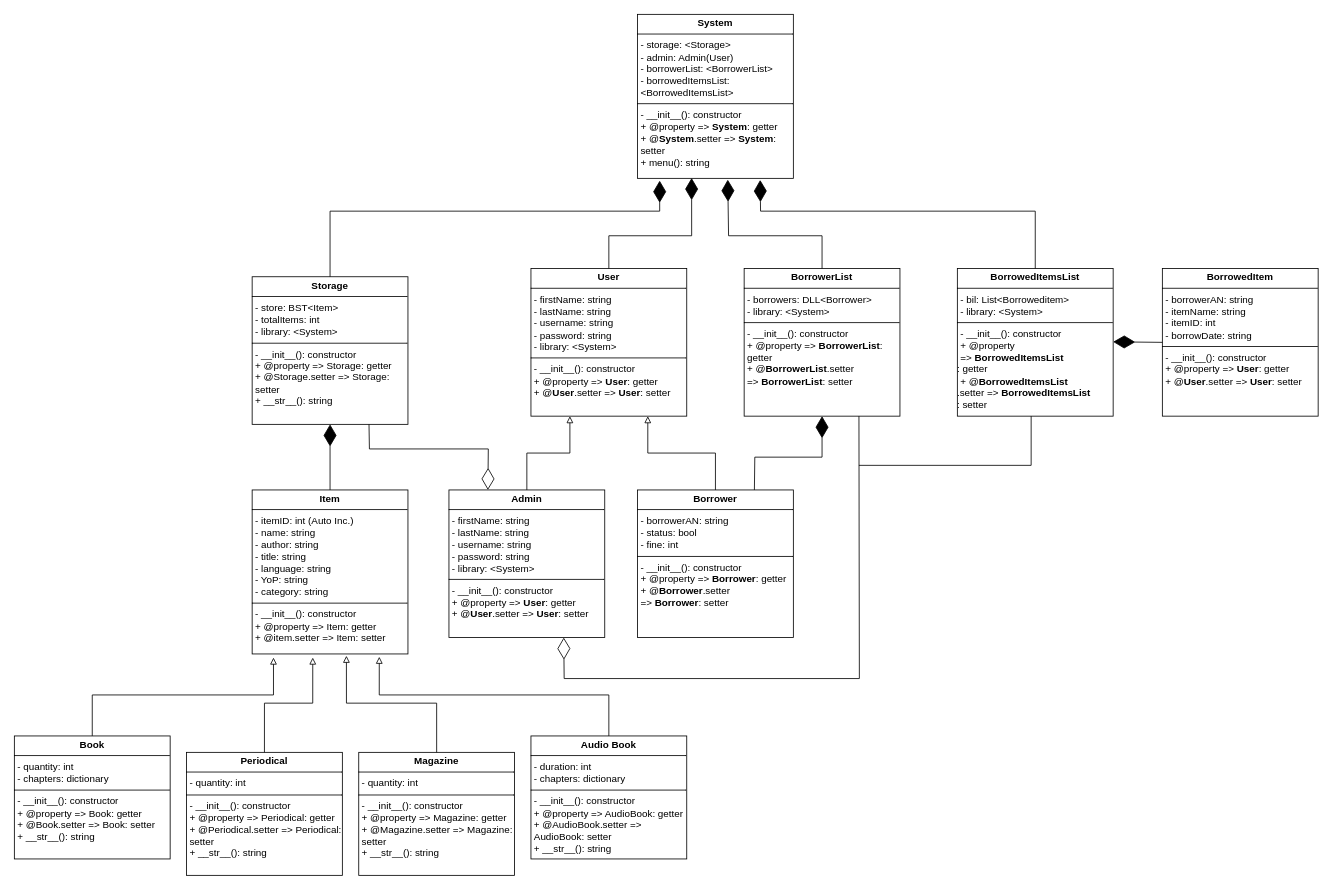
HammadAli132/SOLA-Library-System keeps this draw.io diagram as SOLA Design.drawio. Above is the earlier version. Source tidied: cells renumbered, new cells numbered last; positions are measured from the earlier drawing's top-left corner, leaving out a move shared by most shapes. Both pictures are drawn from the tidied source at 82%, with x=0, y=0 at pixel (14, 14).
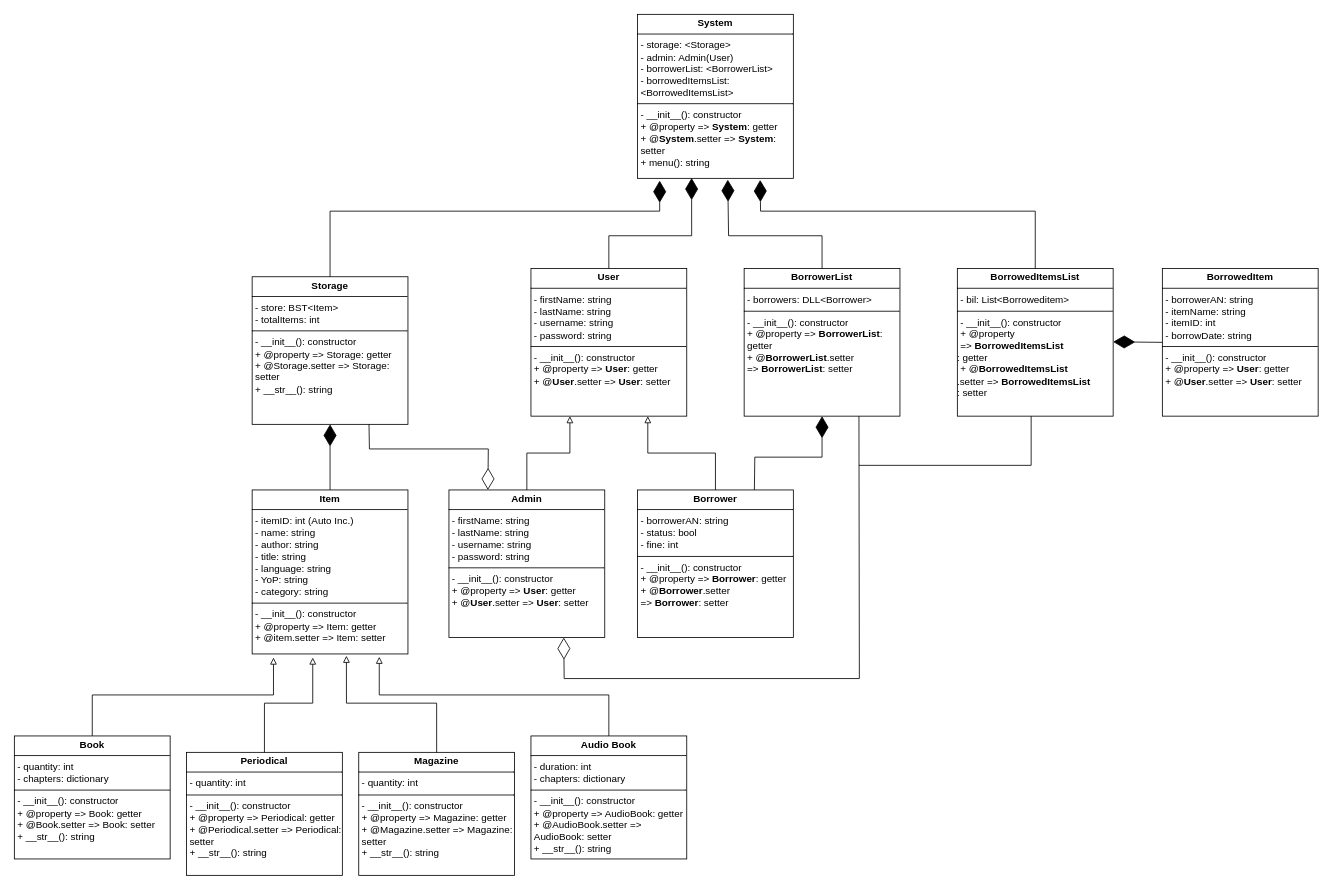
After the change.

Change to the diagram source:
```diff
@@
-    <mxCell id="11" value="&lt;p style=&quot;margin:0px;margin-top:4px;text-align:center;&quot;&gt;&lt;b&gt;Storage&lt;/b&gt;&lt;/p&gt;&lt;hr size=&quot;1&quot; style=&quot;border-style:solid;&quot;&gt;&lt;p style=&quot;margin:0px;margin-left:4px;&quot;&gt;- store: BST&amp;lt;Item&amp;gt;&lt;br&gt;&lt;/p&gt;&lt;p style=&quot;margin:0px;margin-left:4px;&quot;&gt;- totalItems: int&lt;/p&gt;&lt;p style=&quot;margin:0px;margin-left:4px;&quot;&gt;- library: &amp;lt;System&amp;gt;&lt;/p&gt;&lt;hr size=&quot;1&quot; style=&quot;border-style:solid;&quot;&gt;&lt;p style=&quot;margin:0px;margin-left:4px;&quot;&gt;- __init__(): constructor&lt;br&gt;+ @property =&amp;gt; Storage: getter&lt;/p&gt;&lt;p style=&quot;margin:0px;margin-left:4px;&quot;&gt;+ @Storage.setter =&amp;gt; Storage: setter&lt;/p&gt;&lt;p style=&quot;margin:0px;margin-left:4px;&quot;&gt;+ __str__(): string&lt;/p&gt;" style="verticalAlign=top;align=left;overflow=fill;html=1;whiteSpace=wrap;" parent="1" vertex="1">
+    <mxCell id="11" value="&lt;p style=&quot;margin:0px;margin-top:4px;text-align:center;&quot;&gt;&lt;b&gt;Storage&lt;/b&gt;&lt;/p&gt;&lt;hr size=&quot;1&quot; style=&quot;border-style:solid;&quot;&gt;&lt;p style=&quot;margin:0px;margin-left:4px;&quot;&gt;- store: BST&amp;lt;Item&amp;gt;&lt;br&gt;&lt;/p&gt;&lt;p style=&quot;margin:0px;margin-left:4px;&quot;&gt;- totalItems: int&lt;/p&gt;&lt;hr size=&quot;1&quot; style=&quot;border-style:solid;&quot;&gt;&lt;p style=&quot;margin:0px;margin-left:4px;&quot;&gt;- __init__(): constructor&lt;br&gt;+ @property =&amp;gt; Storage: getter&lt;/p&gt;&lt;p style=&quot;margin:0px;margin-left:4px;&quot;&gt;+ @Storage.setter =&amp;gt; Storage: setter&lt;/p&gt;&lt;p style=&quot;margin:0px;margin-left:4px;&quot;&gt;+ __str__(): string&lt;/p&gt;" style="verticalAlign=top;align=left;overflow=fill;html=1;whiteSpace=wrap;" parent="1" vertex="1">
       <mxGeometry x="290" y="320" width="190" height="180" as="geometry" />
     </mxCell>
@@
-    <mxCell id="13" value="&lt;p style=&quot;margin:0px;margin-top:4px;text-align:center;&quot;&gt;&lt;b&gt;User&lt;/b&gt;&lt;/p&gt;&lt;hr size=&quot;1&quot; style=&quot;border-style:solid;&quot;&gt;&lt;p style=&quot;margin:0px;margin-left:4px;&quot;&gt;- firstName: string&lt;br&gt;- lastName: string&lt;/p&gt;&lt;p style=&quot;margin:0px;margin-left:4px;&quot;&gt;- username: string&lt;/p&gt;&lt;p style=&quot;margin:0px;margin-left:4px;&quot;&gt;- password: string&lt;/p&gt;&lt;p style=&quot;margin:0px;margin-left:4px;&quot;&gt;- library: &amp;lt;System&amp;gt;&lt;br&gt;&lt;/p&gt;&lt;hr size=&quot;1&quot; style=&quot;border-style:solid;&quot;&gt;&lt;p style=&quot;margin:0px;margin-left:4px;&quot;&gt;- __init__(): constructor&lt;br&gt;+ @property =&amp;gt;&amp;nbsp;&lt;b style=&quot;text-align: center;&quot;&gt;User&lt;/b&gt;: getter&lt;/p&gt;&lt;p style=&quot;margin:0px;margin-left:4px;&quot;&gt;+ @&lt;b style=&quot;text-align: center;&quot;&gt;User&lt;/b&gt;.setter =&amp;gt;&amp;nbsp;&lt;b style=&quot;text-align: center;&quot;&gt;User&lt;/b&gt;: setter&lt;/p&gt;" style="verticalAlign=top;align=left;overflow=fill;html=1;whiteSpace=wrap;direction=east;" parent="1" vertex="1">
+    <mxCell id="13" value="&lt;p style=&quot;margin:0px;margin-top:4px;text-align:center;&quot;&gt;&lt;b&gt;User&lt;/b&gt;&lt;/p&gt;&lt;hr size=&quot;1&quot; style=&quot;border-style:solid;&quot;&gt;&lt;p style=&quot;margin:0px;margin-left:4px;&quot;&gt;- firstName: string&lt;br&gt;- lastName: string&lt;/p&gt;&lt;p style=&quot;margin:0px;margin-left:4px;&quot;&gt;- username: string&lt;/p&gt;&lt;p style=&quot;margin:0px;margin-left:4px;&quot;&gt;- password: string&lt;/p&gt;&lt;hr size=&quot;1&quot; style=&quot;border-style:solid;&quot;&gt;&lt;p style=&quot;margin:0px;margin-left:4px;&quot;&gt;- __init__(): constructor&lt;br&gt;+ @property =&amp;gt;&amp;nbsp;&lt;b style=&quot;text-align: center;&quot;&gt;User&lt;/b&gt;: getter&lt;/p&gt;&lt;p style=&quot;margin:0px;margin-left:4px;&quot;&gt;+ @&lt;b style=&quot;text-align: center;&quot;&gt;User&lt;/b&gt;.setter =&amp;gt;&amp;nbsp;&lt;b style=&quot;text-align: center;&quot;&gt;User&lt;/b&gt;: setter&lt;/p&gt;" style="verticalAlign=top;align=left;overflow=fill;html=1;whiteSpace=wrap;direction=east;" parent="1" vertex="1">
       <mxGeometry x="630" y="310" width="190" height="180" as="geometry" />
     </mxCell>
-    <mxCell id="14" value="&lt;p style=&quot;margin:0px;margin-top:4px;text-align:center;&quot;&gt;&lt;b&gt;Admin&lt;/b&gt;&lt;/p&gt;&lt;hr size=&quot;1&quot; style=&quot;border-style:solid;&quot;&gt;&lt;p style=&quot;margin:0px;margin-left:4px;&quot;&gt;- firstName: string&lt;br&gt;- lastName: string&lt;/p&gt;&lt;p style=&quot;margin:0px;margin-left:4px;&quot;&gt;- username: string&lt;/p&gt;&lt;p style=&quot;margin:0px;margin-left:4px;&quot;&gt;- password: string&lt;/p&gt;&lt;p style=&quot;margin:0px;margin-left:4px;&quot;&gt;- library: &amp;lt;System&amp;gt;&lt;br&gt;&lt;/p&gt;&lt;hr size=&quot;1&quot; style=&quot;border-style:solid;&quot;&gt;&lt;p style=&quot;margin:0px;margin-left:4px;&quot;&gt;- __init__(): constructor&lt;br&gt;+ @property =&amp;gt;&amp;nbsp;&lt;b style=&quot;text-align: center;&quot;&gt;User&lt;/b&gt;: getter&lt;/p&gt;&lt;p style=&quot;margin:0px;margin-left:4px;&quot;&gt;+ @&lt;b style=&quot;text-align: center;&quot;&gt;User&lt;/b&gt;.setter =&amp;gt;&amp;nbsp;&lt;b style=&quot;text-align: center;&quot;&gt;User&lt;/b&gt;: setter&lt;/p&gt;" style="verticalAlign=top;align=left;overflow=fill;html=1;whiteSpace=wrap;direction=east;" parent="1" vertex="1">
+    <mxCell id="14" value="&lt;p style=&quot;margin:0px;margin-top:4px;text-align:center;&quot;&gt;&lt;b&gt;Admin&lt;/b&gt;&lt;/p&gt;&lt;hr size=&quot;1&quot; style=&quot;border-style:solid;&quot;&gt;&lt;p style=&quot;margin:0px;margin-left:4px;&quot;&gt;- firstName: string&lt;br&gt;- lastName: string&lt;/p&gt;&lt;p style=&quot;margin:0px;margin-left:4px;&quot;&gt;- username: string&lt;/p&gt;&lt;p style=&quot;margin:0px;margin-left:4px;&quot;&gt;- password: string&lt;/p&gt;&lt;hr size=&quot;1&quot; style=&quot;border-style:solid;&quot;&gt;&lt;p style=&quot;margin:0px;margin-left:4px;&quot;&gt;- __init__(): constructor&lt;br&gt;+ @property =&amp;gt;&amp;nbsp;&lt;b style=&quot;text-align: center;&quot;&gt;User&lt;/b&gt;: getter&lt;/p&gt;&lt;p style=&quot;margin:0px;margin-left:4px;&quot;&gt;+ @&lt;b style=&quot;text-align: center;&quot;&gt;User&lt;/b&gt;.setter =&amp;gt;&amp;nbsp;&lt;b style=&quot;text-align: center;&quot;&gt;User&lt;/b&gt;: setter&lt;/p&gt;" style="verticalAlign=top;align=left;overflow=fill;html=1;whiteSpace=wrap;direction=east;" parent="1" vertex="1">
       <mxGeometry x="530" y="580" width="190" height="180" as="geometry" />
     </mxCell>
@@
-    <mxCell id="19" value="&lt;p style=&quot;margin:0px;margin-top:4px;text-align:center;&quot;&gt;&lt;b&gt;BorrowerList&lt;/b&gt;&lt;/p&gt;&lt;hr size=&quot;1&quot; style=&quot;border-style:solid;&quot;&gt;&lt;p style=&quot;margin:0px;margin-left:4px;&quot;&gt;- borrowers: DLL&amp;lt;Borrower&amp;gt;&lt;/p&gt;&lt;p style=&quot;margin:0px;margin-left:4px;&quot;&gt;- library: &amp;lt;System&amp;gt;&lt;br&gt;&lt;/p&gt;&lt;hr size=&quot;1&quot; style=&quot;border-style:solid;&quot;&gt;&lt;p style=&quot;margin:0px;margin-left:4px;&quot;&gt;- __init__(): constructor&lt;br&gt;+ @property =&amp;gt;&amp;nbsp;&lt;b style=&quot;text-align: center;&quot;&gt;BorrowerList&lt;/b&gt;: getter&lt;/p&gt;&lt;p style=&quot;margin:0px;margin-left:4px;&quot;&gt;+ @&lt;b style=&quot;text-align: center;&quot;&gt;BorrowerList&lt;/b&gt;.setter =&amp;gt;&amp;nbsp;&lt;b style=&quot;text-align: center;&quot;&gt;BorrowerList&lt;/b&gt;: setter&lt;/p&gt;" style="verticalAlign=top;align=left;overflow=fill;html=1;whiteSpace=wrap;" parent="1" vertex="1">
+    <mxCell id="19" value="&lt;p style=&quot;margin:0px;margin-top:4px;text-align:center;&quot;&gt;&lt;b&gt;BorrowerList&lt;/b&gt;&lt;/p&gt;&lt;hr size=&quot;1&quot; style=&quot;border-style:solid;&quot;&gt;&lt;p style=&quot;margin:0px;margin-left:4px;&quot;&gt;- borrowers: DLL&amp;lt;Borrower&amp;gt;&lt;/p&gt;&lt;hr size=&quot;1&quot; style=&quot;border-style:solid;&quot;&gt;&lt;p style=&quot;margin:0px;margin-left:4px;&quot;&gt;- __init__(): constructor&lt;br&gt;+ @property =&amp;gt;&amp;nbsp;&lt;b style=&quot;text-align: center;&quot;&gt;BorrowerList&lt;/b&gt;: getter&lt;/p&gt;&lt;p style=&quot;margin:0px;margin-left:4px;&quot;&gt;+ @&lt;b style=&quot;text-align: center;&quot;&gt;BorrowerList&lt;/b&gt;.setter =&amp;gt;&amp;nbsp;&lt;b style=&quot;text-align: center;&quot;&gt;BorrowerList&lt;/b&gt;: setter&lt;/p&gt;" style="verticalAlign=top;align=left;overflow=fill;html=1;whiteSpace=wrap;" parent="1" vertex="1">
       <mxGeometry x="890" y="310" width="190" height="180" as="geometry" />
     </mxCell>
-    <mxCell id="20" value="&lt;p style=&quot;margin:0px;margin-top:4px;text-align:center;&quot;&gt;&lt;b&gt;BorrowedItemsList&lt;/b&gt;&lt;/p&gt;&lt;hr size=&quot;1&quot; style=&quot;border-style:solid;&quot;&gt;&lt;p style=&quot;margin:0px;margin-left:4px;&quot;&gt;- bil: List&amp;lt;Borroweditem&amp;gt;&lt;/p&gt;&lt;p style=&quot;margin:0px;margin-left:4px;&quot;&gt;- library: &amp;lt;System&amp;gt;&lt;br&gt;&lt;/p&gt;&lt;hr size=&quot;1&quot; style=&quot;border-style:solid;&quot;&gt;&lt;p style=&quot;margin:0px;margin-left:4px;&quot;&gt;- __init__(): constructor&lt;br&gt;+ @property =&amp;gt;&amp;nbsp;&lt;b style=&quot;text-align: center;&quot;&gt;BorrowedItemsList&lt;/b&gt;&lt;/p&gt;&lt;div&gt;: getter&lt;/div&gt;&lt;p style=&quot;margin:0px;margin-left:4px;&quot;&gt;+ @&lt;b style=&quot;text-align: center;&quot;&gt;BorrowedItemsList&lt;/b&gt;&lt;/p&gt;&lt;div&gt;.setter =&amp;gt;&amp;nbsp;&lt;b style=&quot;text-align: center;&quot;&gt;BorrowedItemsList&lt;/b&gt;&lt;/div&gt;&lt;div&gt;: setter&lt;/div&gt;" style="verticalAlign=top;align=left;overflow=fill;html=1;whiteSpace=wrap;" parent="1" vertex="1">
+    <mxCell id="20" value="&lt;p style=&quot;margin:0px;margin-top:4px;text-align:center;&quot;&gt;&lt;b&gt;BorrowedItemsList&lt;/b&gt;&lt;/p&gt;&lt;hr size=&quot;1&quot; style=&quot;border-style:solid;&quot;&gt;&lt;p style=&quot;margin:0px;margin-left:4px;&quot;&gt;- bil: List&amp;lt;Borroweditem&amp;gt;&lt;/p&gt;&lt;hr size=&quot;1&quot; style=&quot;border-style:solid;&quot;&gt;&lt;p style=&quot;margin:0px;margin-left:4px;&quot;&gt;- __init__(): constructor&lt;br&gt;+ @property =&amp;gt;&amp;nbsp;&lt;b style=&quot;text-align: center;&quot;&gt;BorrowedItemsList&lt;/b&gt;&lt;/p&gt;&lt;div&gt;: getter&lt;/div&gt;&lt;p style=&quot;margin:0px;margin-left:4px;&quot;&gt;+ @&lt;b style=&quot;text-align: center;&quot;&gt;BorrowedItemsList&lt;/b&gt;&lt;/p&gt;&lt;div&gt;.setter =&amp;gt;&amp;nbsp;&lt;b style=&quot;text-align: center;&quot;&gt;BorrowedItemsList&lt;/b&gt;&lt;/div&gt;&lt;div&gt;: setter&lt;/div&gt;" style="verticalAlign=top;align=left;overflow=fill;html=1;whiteSpace=wrap;" parent="1" vertex="1">
       <mxGeometry x="1150" y="310" width="190" height="180" as="geometry" />
     </mxCell>
```
